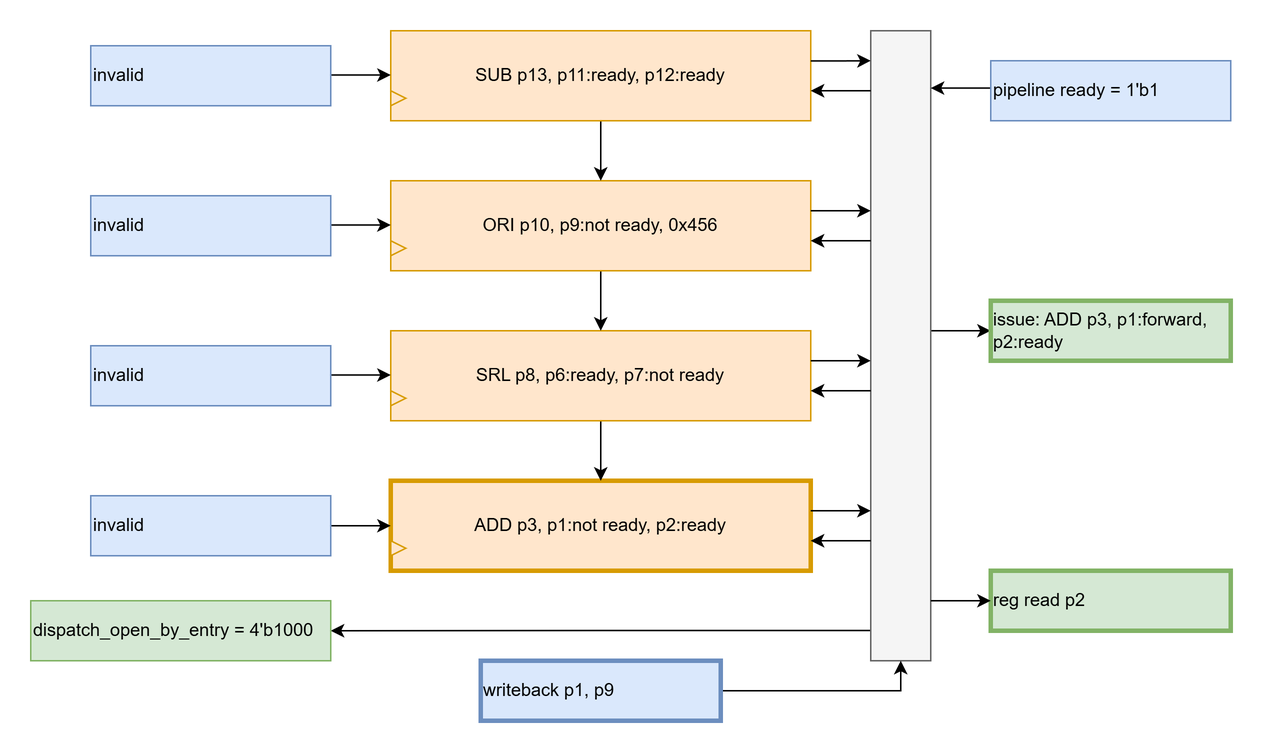
Before: spec/design/alu_iq_cycle_5.png, a diagram exported from draw.io (zlagpacan/LOROF). Source tidied: cells renumbered, new cells last; positions are measured from the earlier drawing's top-left corner, leaving out a move shared by most shapes.
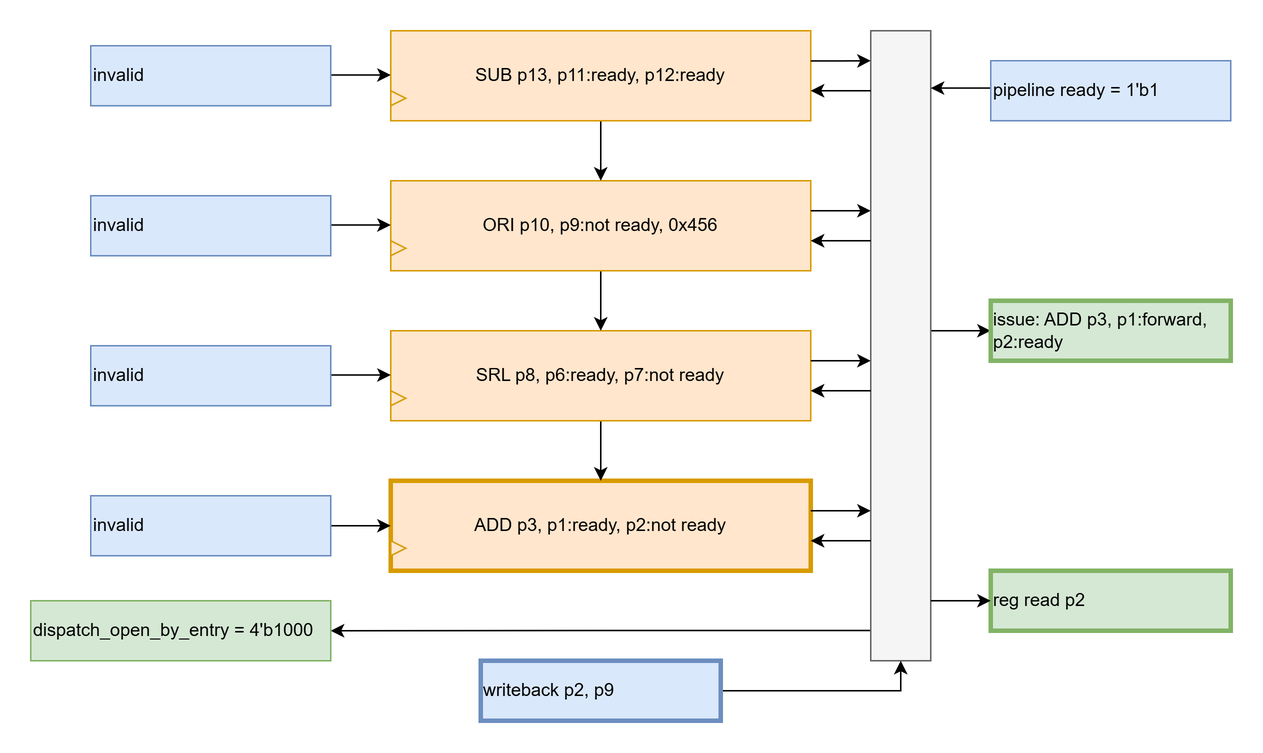
The same file after the commit.

Change to the diagram source:
```diff
@@ -2,7 +2,7 @@
   <root>
     <mxCell id="0" />
     <mxCell id="1" parent="0" />
-    <mxCell id="2" value="&lt;span style=&quot;text-align: left;&quot;&gt;ADD p3, p1:not ready, p2:ready&lt;/span&gt;" style="rounded=0;whiteSpace=wrap;html=1;fillColor=#ffe6cc;strokeColor=#d79b00;strokeWidth=3;" parent="1" vertex="1">
+    <mxCell id="2" value="&lt;span style=&quot;text-align: left;&quot;&gt;ADD p3, p1:ready, p2:not ready&lt;/span&gt;" style="rounded=0;whiteSpace=wrap;html=1;fillColor=#ffe6cc;strokeColor=#d79b00;strokeWidth=3;" parent="1" vertex="1">
       <mxGeometry x="240" y="300" width="280" height="60" as="geometry" />
     </mxCell>
     <mxCell id="3" style="endArrow=classic;html=1;rounded=0;entryX=0;entryY=0.5;entryDx=0;entryDy=0;" parent="1" edge="1" target="2">
@@ -173,7 +173,7 @@
     <mxCell id="32" style="edgeStyle=orthogonalEdgeStyle;rounded=0;jettySize=auto;html=1;exitX=1;exitY=0.5;exitDx=0;exitDy=0;entryX=0.5;entryY=1;entryDx=0;entryDy=0;" parent="1" edge="1" source="33" target="19">
       <mxGeometry relative="1" as="geometry" />
     </mxCell>
-    <mxCell id="33" value="writeback p1, p9" style="text;html=1;align=left;verticalAlign=middle;whiteSpace=wrap;rounded=0;fillColor=#dae8fc;strokeColor=#6c8ebf;strokeWidth=3;" parent="1" vertex="1">
+    <mxCell id="33" value="writeback p2, p9" style="text;html=1;align=left;verticalAlign=middle;whiteSpace=wrap;rounded=0;fillColor=#dae8fc;strokeColor=#6c8ebf;strokeWidth=3;" parent="1" vertex="1">
       <mxGeometry x="300" y="420" width="160" height="40" as="geometry" />
     </mxCell>
     <mxCell id="34" value="issue: ADD p3, p1:forward, p2:ready" style="text;html=1;align=left;verticalAlign=middle;whiteSpace=wrap;rounded=0;fillColor=#d5e8d4;strokeColor=#82b366;strokeWidth=3;" parent="1" vertex="1">
```
